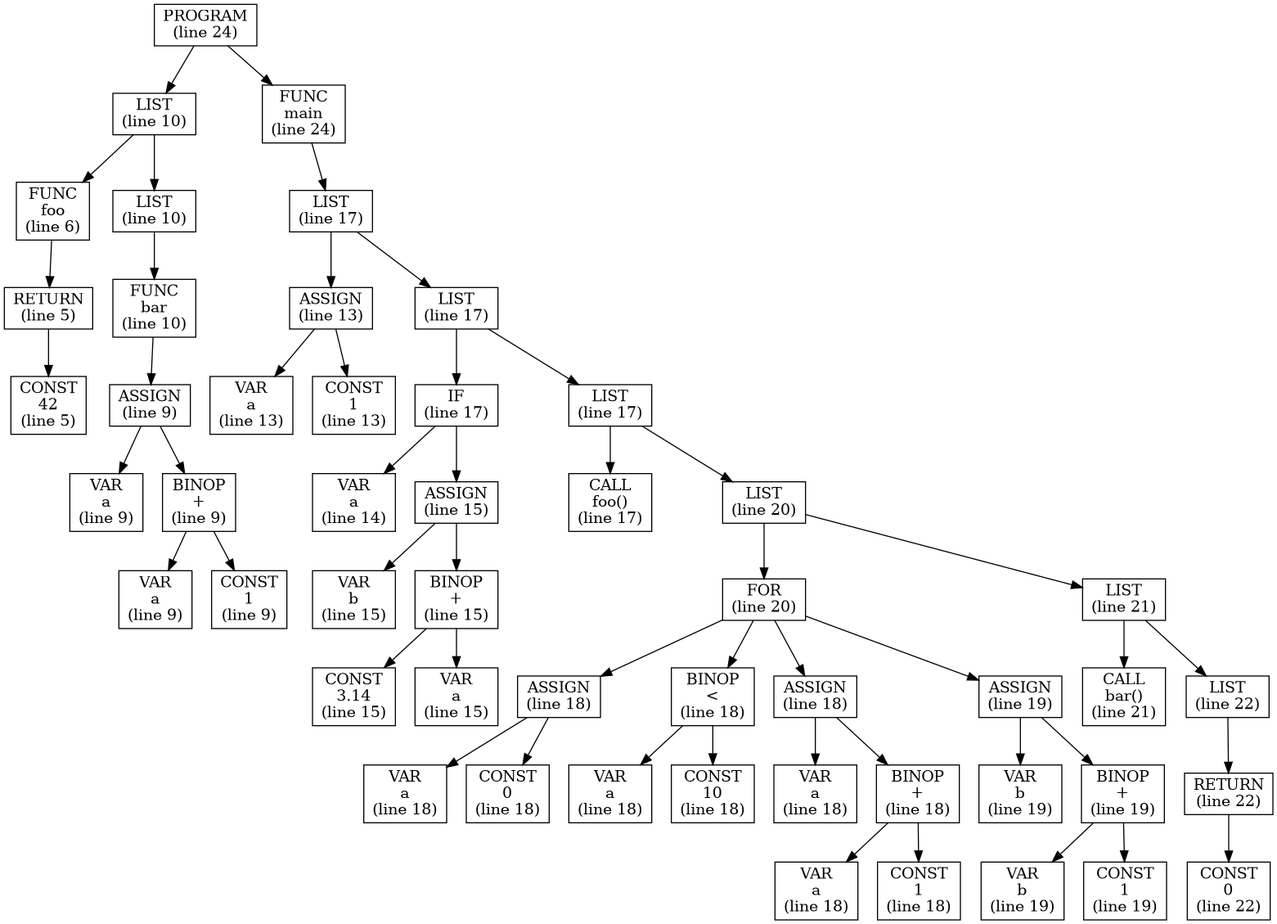
Above: syntaxExtreme/ast.png in kalamakis/Cpp-compiler (Graphviz), before the change. Its source is kept beside it as syntaxExtreme/ast.dot. Its diagram source:
```dot
digraph AST {
  node [shape=box];
  n0 [label="PROGRAM\n(line 24)"];
  n1 [label="LIST\n(line 10)"];
  n2 [label="FUNC\nfoo\n(line 6)"];
  n3 [label="RETURN\n(line 5)"];
  n4 [label="CONST\n42\n(line 5)"];
  n3 -> n4;
  n2 -> n3;
  n1 -> n2;
  n5 [label="LIST\n(line 10)"];
  n6 [label="FUNC\nbar\n(line 10)"];
  n7 [label="ASSIGN\n(line 9)"];
  n8 [label="VAR\na\n(line 9)"];
  n7 -> n8;
  n9 [label="BINOP\n+\n(line 9)"];
  n10 [label="VAR\na\n(line 9)"];
  n9 -> n10;
  n11 [label="CONST\n1\n(line 9)"];
  n9 -> n11;
  n7 -> n9;
  n6 -> n7;
  n5 -> n6;
  n1 -> n5;
  n0 -> n1;
  n12 [label="FUNC\nmain\n(line 24)"];
  n13 [label="LIST\n(line 17)"];
  n14 [label="ASSIGN\n(line 13)"];
  n15 [label="VAR\na\n(line 13)"];
  n14 -> n15;
  n16 [label="CONST\n1\n(line 13)"];
  n14 -> n16;
  n13 -> n14;
  n17 [label="LIST\n(line 17)"];
  n18 [label="IF\n(line 17)"];
  n19 [label="VAR\na\n(line 14)"];
  n18 -> n19;
  n20 [label="ASSIGN\n(line 15)"];
  n21 [label="VAR\nb\n(line 15)"];
  n20 -> n21;
  n22 [label="BINOP\n+\n(line 15)"];
  n23 [label="CONST\n3.14\n(line 15)"];
  n22 -> n23;
  n24 [label="VAR\na\n(line 15)"];
  n22 -> n24;
  n20 -> n22;
  n18 -> n20;
  n17 -> n18;
  n25 [label="LIST\n(line 17)"];
  n26 [label="CALL\nfoo()\n(line 17)"];
  n25 -> n26;
  n27 [label="LIST\n(line 20)"];
  n28 [label="FOR\n(line 20)"];
  n29 [label="ASSIGN\n(line 18)"];
  n30 [label="VAR\na\n(line 18)"];
  n29 -> n30;
  n31 [label="CONST\n0\n(line 18)"];
  n29 -> n31;
  n28 -> n29;
  n32 [label="BINOP\n<\n(line 18)"];
  n33 [label="VAR\na\n(line 18)"];
  n32 -> n33;
  n34 [label="CONST\n10\n(line 18)"];
  n32 -> n34;
  n28 -> n32;
  n35 [label="ASSIGN\n(line 18)"];
  n36 [label="VAR\na\n(line 18)"];
  n35 -> n36;
  n37 [label="BINOP\n+\n(line 18)"];
  n38 [label="VAR\na\n(line 18)"];
  n37 -> n38;
  n39 [label="CONST\n1\n(line 18)"];
  n37 -> n39;
  n35 -> n37;
  n28 -> n35;
  n40 [label="ASSIGN\n(line 19)"];
  n41 [label="VAR\nb\n(line 19)"];
  n40 -> n41;
  n42 [label="BINOP\n+\n(line 19)"];
  n43 [label="VAR\nb\n(line 19)"];
  n42 -> n43;
  n44 [label="CONST\n1\n(line 19)"];
  n42 -> n44;
  n40 -> n42;
  n28 -> n40;
  n27 -> n28;
  n45 [label="LIST\n(line 21)"];
  n46 [label="CALL\nbar()\n(line 21)"];
  n45 -> n46;
  n47 [label="LIST\n(line 22)"];
  n48 [label="RETURN\n(line 22)"];
  n49 [label="CONST\n0\n(line 22)"];
  n48 -> n49;
  n47 -> n48;
  n45 -> n47;
  n27 -> n45;
  n25 -> n27;
  n17 -> n25;
  n13 -> n17;
  n12 -> n13;
  n0 -> n12;
}
```
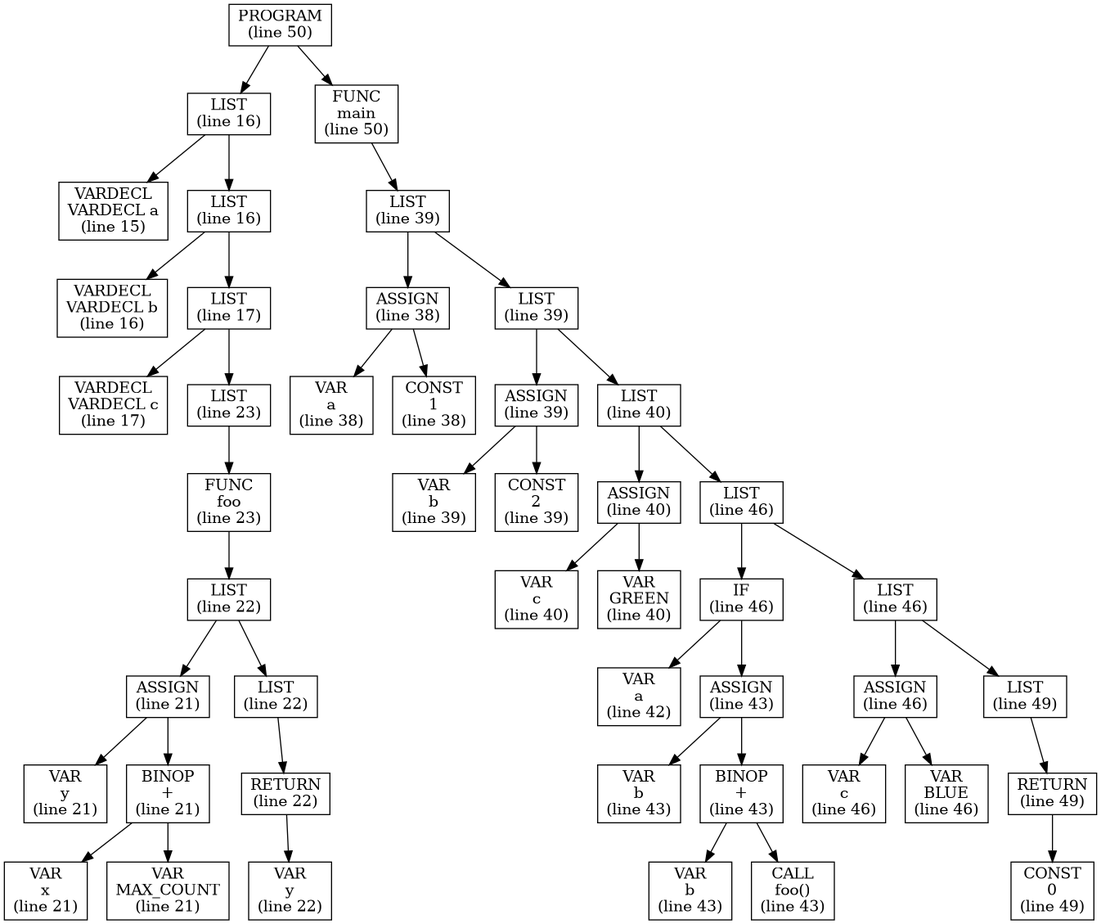
The same diagram one commit later.

What changed in the source:
```diff
@@ -1,102 +1,94 @@
 digraph AST {
   node [shape=box];
-  n0 [label="PROGRAM\n(line 24)"];
-  n1 [label="LIST\n(line 10)"];
-  n2 [label="FUNC\nfoo\n(line 6)"];
-  n3 [label="RETURN\n(line 5)"];
-  n4 [label="CONST\n42\n(line 5)"];
+  n0 [label="PROGRAM\n(line 50)"];
+  n1 [label="LIST\n(line 16)"];
+  n2 [label="VARDECL\nVARDECL a\n(line 15)"];
+  n1 -> n2;
+  n3 [label="LIST\n(line 16)"];
+  n4 [label="VARDECL\nVARDECL b\n(line 16)"];
   n3 -> n4;
-  n2 -> n3;
-  n1 -> n2;
-  n5 [label="LIST\n(line 10)"];
-  n6 [label="FUNC\nbar\n(line 10)"];
-  n7 [label="ASSIGN\n(line 9)"];
-  n8 [label="VAR\na\n(line 9)"];
+  n5 [label="LIST\n(line 17)"];
+  n6 [label="VARDECL\nVARDECL c\n(line 17)"];
+  n5 -> n6;
+  n7 [label="LIST\n(line 23)"];
+  n8 [label="FUNC\nfoo\n(line 23)"];
+  n9 [label="LIST\n(line 22)"];
+  n10 [label="ASSIGN\n(line 21)"];
+  n11 [label="VAR\ny\n(line 21)"];
+  n10 -> n11;
+  n12 [label="BINOP\n+\n(line 21)"];
+  n13 [label="VAR\nx\n(line 21)"];
+  n12 -> n13;
+  n14 [label="VAR\nMAX_COUNT\n(line 21)"];
+  n12 -> n14;
+  n10 -> n12;
+  n9 -> n10;
+  n15 [label="LIST\n(line 22)"];
+  n16 [label="RETURN\n(line 22)"];
+  n17 [label="VAR\ny\n(line 22)"];
+  n16 -> n17;
+  n15 -> n16;
+  n9 -> n15;
+  n8 -> n9;
   n7 -> n8;
-  n9 [label="BINOP\n+\n(line 9)"];
-  n10 [label="VAR\na\n(line 9)"];
-  n9 -> n10;
-  n11 [label="CONST\n1\n(line 9)"];
-  n9 -> n11;
-  n7 -> n9;
-  n6 -> n7;
-  n5 -> n6;
-  n1 -> n5;
+  n5 -> n7;
+  n3 -> n5;
+  n1 -> n3;
   n0 -> n1;
-  n12 [label="FUNC\nmain\n(line 24)"];
-  n13 [label="LIST\n(line 17)"];
-  n14 [label="ASSIGN\n(line 13)"];
-  n15 [label="VAR\na\n(line 13)"];
-  n14 -> n15;
-  n16 [label="CONST\n1\n(line 13)"];
-  n14 -> n16;
-  n13 -> n14;
-  n17 [label="LIST\n(line 17)"];
-  n18 [label="IF\n(line 17)"];
-  n19 [label="VAR\na\n(line 14)"];
+  n18 [label="FUNC\nmain\n(line 50)"];
+  n19 [label="LIST\n(line 39)"];
+  n20 [label="ASSIGN\n(line 38)"];
+  n21 [label="VAR\na\n(line 38)"];
+  n20 -> n21;
+  n22 [label="CONST\n1\n(line 38)"];
+  n20 -> n22;
+  n19 -> n20;
+  n23 [label="LIST\n(line 39)"];
+  n24 [label="ASSIGN\n(line 39)"];
+  n25 [label="VAR\nb\n(line 39)"];
+  n24 -> n25;
+  n26 [label="CONST\n2\n(line 39)"];
+  n24 -> n26;
+  n23 -> n24;
+  n27 [label="LIST\n(line 40)"];
+  n28 [label="ASSIGN\n(line 40)"];
+  n29 [label="VAR\nc\n(line 40)"];
+  n28 -> n29;
+  n30 [label="VAR\nGREEN\n(line 40)"];
+  n28 -> n30;
+  n27 -> n28;
+  n31 [label="LIST\n(line 46)"];
+  n32 [label="IF\n(line 46)"];
+  n33 [label="VAR\na\n(line 42)"];
+  n32 -> n33;
+  n34 [label="ASSIGN\n(line 43)"];
+  n35 [label="VAR\nb\n(line 43)"];
+  n34 -> n35;
+  n36 [label="BINOP\n+\n(line 43)"];
+  n37 [label="VAR\nb\n(line 43)"];
+  n36 -> n37;
+  n38 [label="CALL\nfoo()\n(line 43)"];
+  n36 -> n38;
+  n34 -> n36;
+  n32 -> n34;
+  n31 -> n32;
+  n39 [label="LIST\n(line 46)"];
+  n40 [label="ASSIGN\n(line 46)"];
+  n41 [label="VAR\nc\n(line 46)"];
+  n40 -> n41;
+  n42 [label="VAR\nBLUE\n(line 46)"];
+  n40 -> n42;
+  n39 -> n40;
+  n43 [label="LIST\n(line 49)"];
+  n44 [label="RETURN\n(line 49)"];
+  n45 [label="CONST\n0\n(line 49)"];
+  n44 -> n45;
+  n43 -> n44;
+  n39 -> n43;
+  n31 -> n39;
+  n27 -> n31;
+  n23 -> n27;
+  n19 -> n23;
   n18 -> n19;
-  n20 [label="ASSIGN\n(line 15)"];
-  n21 [label="VAR\nb\n(line 15)"];
-  n20 -> n21;
-  n22 [label="BINOP\n+\n(line 15)"];
-  n23 [label="CONST\n3.14\n(line 15)"];
-  n22 -> n23;
-  n24 [label="VAR\na\n(line 15)"];
-  n22 -> n24;
-  n20 -> n22;
-  n18 -> n20;
-  n17 -> n18;
-  n25 [label="LIST\n(line 17)"];
-  n26 [label="CALL\nfoo()\n(line 17)"];
-  n25 -> n26;
-  n27 [label="LIST\n(line 20)"];
-  n28 [label="FOR\n(line 20)"];
-  n29 [label="ASSIGN\n(line 18)"];
-  n30 [label="VAR\na\n(line 18)"];
-  n29 -> n30;
-  n31 [label="CONST\n0\n(line 18)"];
-  n29 -> n31;
-  n28 -> n29;
-  n32 [label="BINOP\n<\n(line 18)"];
-  n33 [label="VAR\na\n(line 18)"];
-  n32 -> n33;
-  n34 [label="CONST\n10\n(line 18)"];
-  n32 -> n34;
-  n28 -> n32;
-  n35 [label="ASSIGN\n(line 18)"];
-  n36 [label="VAR\na\n(line 18)"];
-  n35 -> n36;
-  n37 [label="BINOP\n+\n(line 18)"];
-  n38 [label="VAR\na\n(line 18)"];
-  n37 -> n38;
-  n39 [label="CONST\n1\n(line 18)"];
-  n37 -> n39;
-  n35 -> n37;
-  n28 -> n35;
-  n40 [label="ASSIGN\n(line 19)"];
-  n41 [label="VAR\nb\n(line 19)"];
-  n40 -> n41;
-  n42 [label="BINOP\n+\n(line 19)"];
-  n43 [label="VAR\nb\n(line 19)"];
-  n42 -> n43;
-  n44 [label="CONST\n1\n(line 19)"];
-  n42 -> n44;
-  n40 -> n42;
-  n28 -> n40;
-  n27 -> n28;
-  n45 [label="LIST\n(line 21)"];
-  n46 [label="CALL\nbar()\n(line 21)"];
-  n45 -> n46;
-  n47 [label="LIST\n(line 22)"];
-  n48 [label="RETURN\n(line 22)"];
-  n49 [label="CONST\n0\n(line 22)"];
-  n48 -> n49;
-  n47 -> n48;
-  n45 -> n47;
-  n27 -> n45;
-  n25 -> n27;
-  n17 -> n25;
-  n13 -> n17;
-  n12 -> n13;
-  n0 -> n12;
+  n0 -> n18;
 }
```
